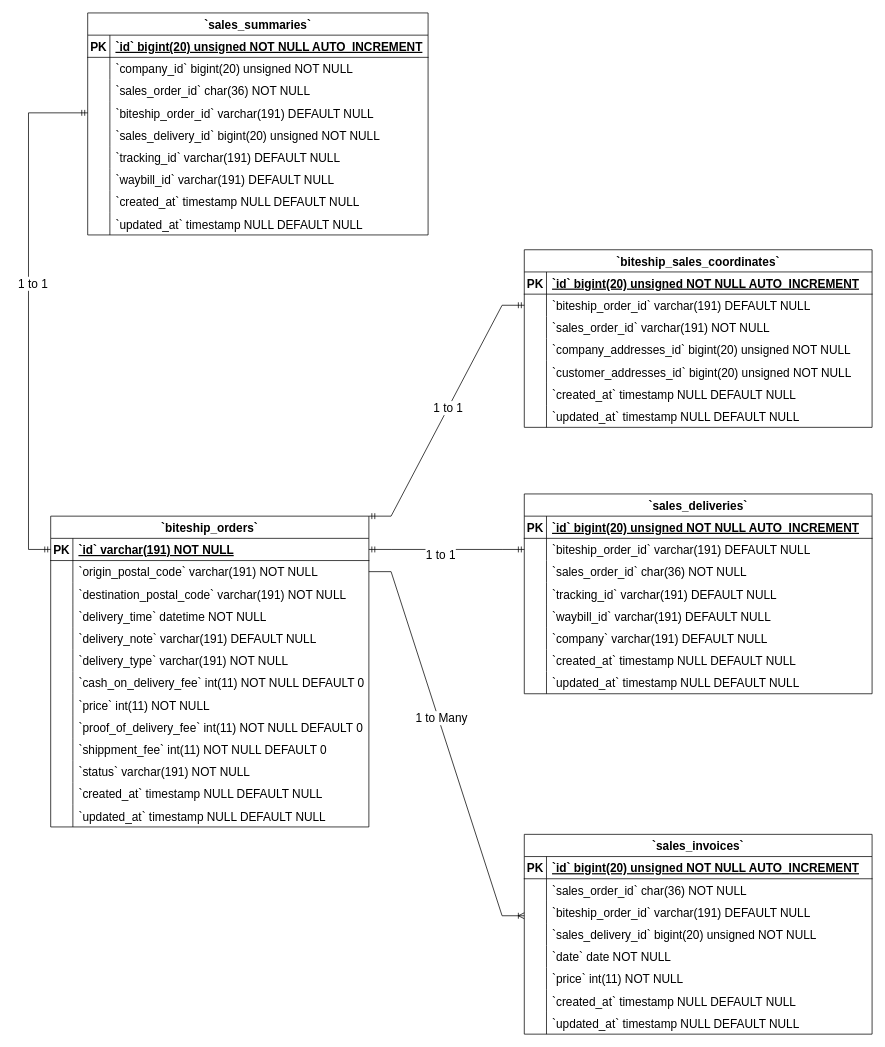
Above: Biteship Orders ERD Diagram.drawio in Simasco/diagram (draw.io), before the change. Source tidied: cells renumbered, new cells numbered last; positions are measured from the earlier drawing's top-left corner, leaving out a move shared by most shapes. Both pictures are drawn from the tidied source at 74%, with x=0, y=0 at pixel (28, 13).
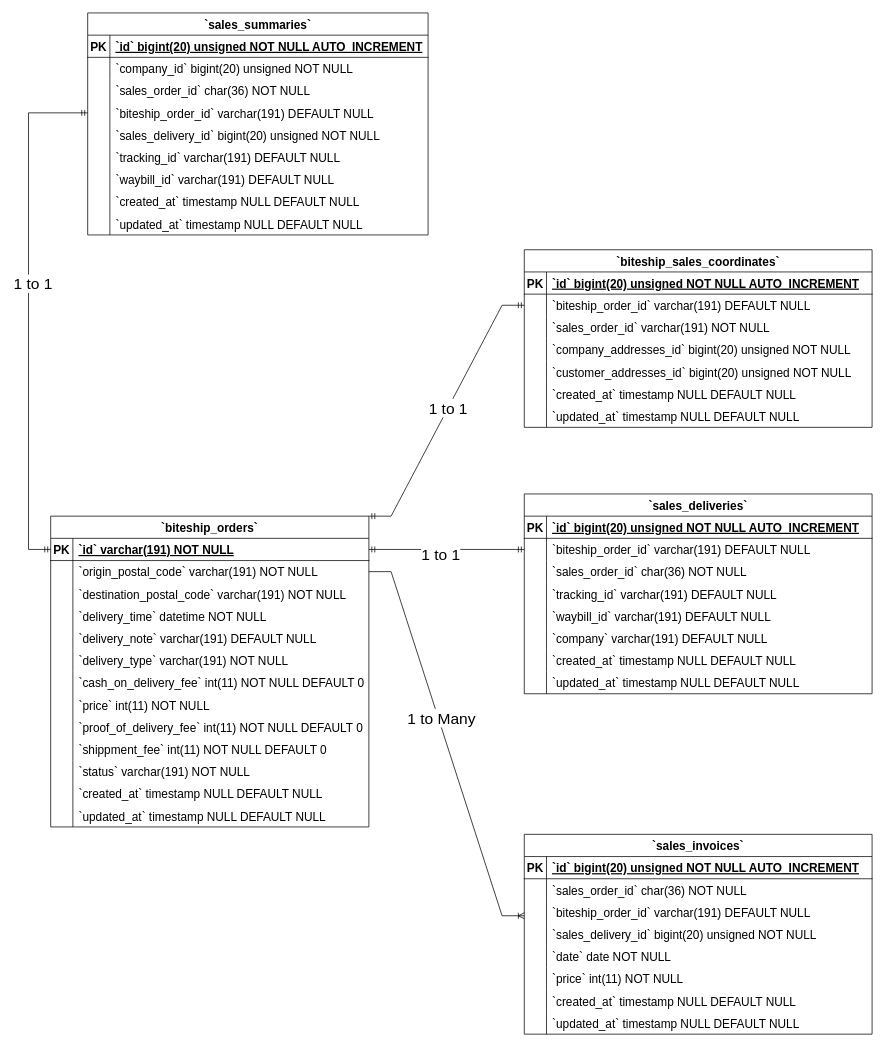
After the change.

The change refers to these unchanged cells:
```xml
<mxCell id="142" style="edgeStyle=entityRelationEdgeStyle;fontSize=16;html=1;endArrow=ERoneToMany;rounded=0;exitX=1;exitY=0.5;exitDx=0;exitDy=0;" parent="1" edge="1" source="6">
  <mxGeometry relative="1" as="geometry">
    <mxPoint x="670" y="1220" as="targetPoint" />
    <Array as="points">
      <mxPoint x="440" y="780" />
    </Array>
  </mxGeometry>
</mxCell>
<mxCell id="144" style="edgeStyle=entityRelationEdgeStyle;fontSize=16;html=1;endArrow=ERmandOne;startArrow=ERmandOne;rounded=0;exitX=1;exitY=0.5;exitDx=0;exitDy=0;entryX=0;entryY=0.5;entryDx=0;entryDy=0;" parent="1" edge="1" source="3" target="68">
  <mxGeometry relative="1" as="geometry" />
</mxCell>
<mxCell id="146" style="edgeStyle=entityRelationEdgeStyle;fontSize=16;html=1;endArrow=ERmandOne;startArrow=ERmandOne;rounded=0;exitX=1;exitY=0;exitDx=0;exitDy=0;entryX=0;entryY=0.5;entryDx=0;entryDy=0;" parent="1" edge="1" source="2" target="46">
  <mxGeometry relative="1" as="geometry" />
</mxCell>
<mxCell id="148" style="edgeStyle=orthogonalEdgeStyle;fontSize=16;html=1;endArrow=ERmandOne;startArrow=ERmandOne;rounded=0;exitX=0;exitY=0.5;exitDx=0;exitDy=0;entryX=0;entryY=0.5;entryDx=0;entryDy=0;" parent="1" edge="1" source="3" target="124">
  <mxGeometry relative="1" as="geometry">
    <Array as="points">
      <mxPoint y="725" />
      <mxPoint y="135" />
    </Array>
  </mxGeometry>
</mxCell>
```

What changed in the source:
```diff
@@
-    <mxCell id="143" value="1 to Many" style="edgeLabel;html=1;align=center;verticalAlign=middle;fontSize=16;" parent="142" vertex="1">
+    <mxCell id="143" value="1 to Many" style="edgeLabel;html=1;align=center;verticalAlign=middle;fontSize=21;" parent="142" vertex="1">
       <mxGeometry x="-0.13" y="3" relative="1" as="geometry" />
     </mxCell>
@@
-    <mxCell id="145" value="1 to 1" style="edgeLabel;html=1;align=center;verticalAlign=middle;fontSize=16;" parent="144" vertex="1">
+    <mxCell id="145" value="1 to 1" style="edgeLabel;html=1;align=center;verticalAlign=middle;fontSize=21;" parent="144" vertex="1">
       <mxGeometry x="-0.08" y="-6" relative="1" as="geometry">
         <mxPoint x="-1" as="offset" />
       </mxGeometry>
     </mxCell>
@@
-    <mxCell id="147" value="1 to 1" style="edgeLabel;html=1;align=center;verticalAlign=middle;fontSize=16;" parent="146" vertex="1">
+    <mxCell id="147" value="1 to 1" style="edgeLabel;html=1;align=center;verticalAlign=middle;fontSize=21;" parent="146" vertex="1">
       <mxGeometry x="0.02" relative="1" as="geometry" />
     </mxCell>
@@
-    <mxCell id="149" value="1 to 1" style="edgeLabel;html=1;align=center;verticalAlign=middle;fontSize=16;" parent="148" vertex="1">
+    <mxCell id="149" value="1 to 1" style="edgeLabel;html=1;align=center;verticalAlign=middle;fontSize=21;" parent="148" vertex="1">
       <mxGeometry x="0.11" y="-5" relative="1" as="geometry">
         <mxPoint y="-1" as="offset" />
       </mxGeometry>
     </mxCell>
```
